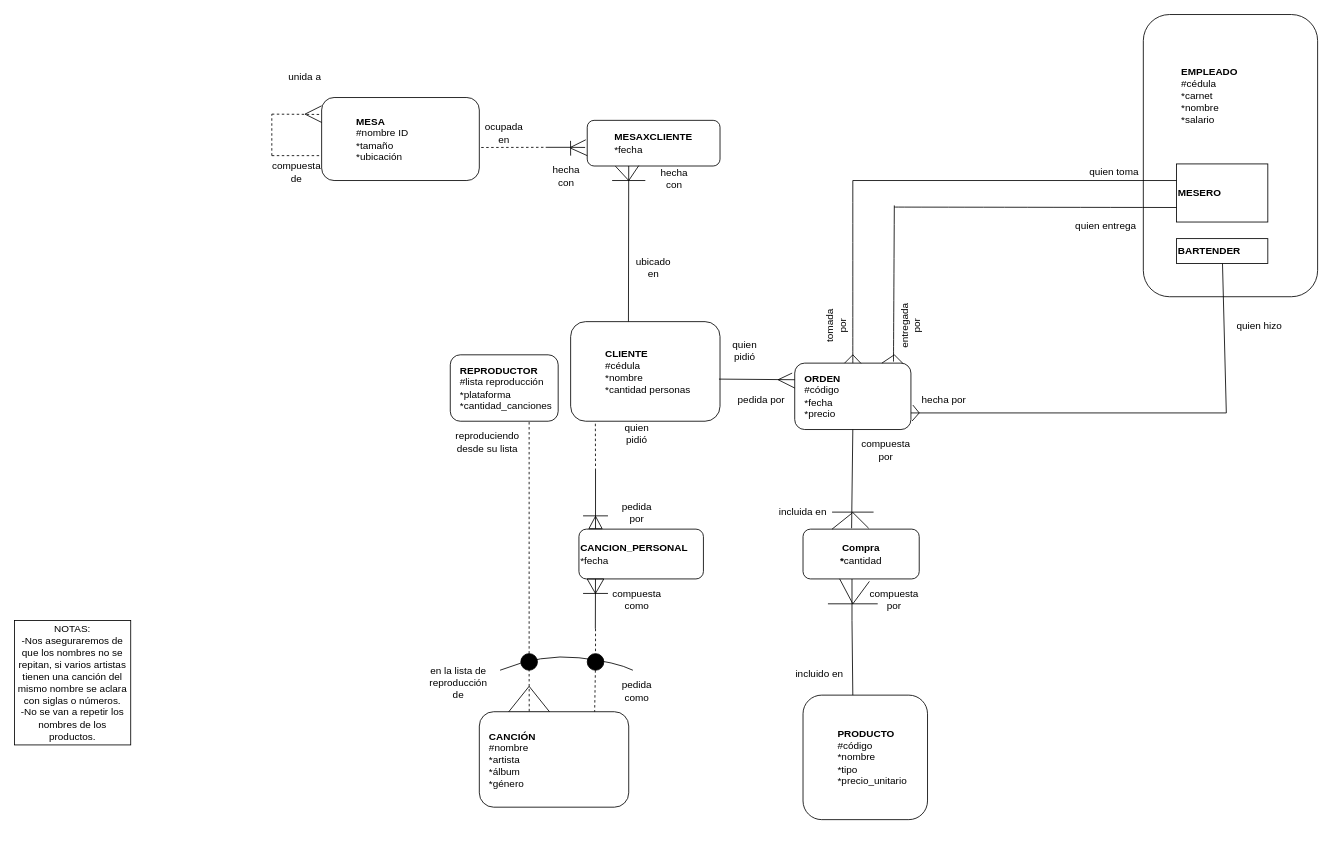
M1moreno/EntregasBD keeps this draw.io diagram as Trabajo4/ModeloER.drawio. Above is the earlier version. Source tidied: cells renumbered, new cells numbered last; positions are measured from the earlier drawing's top-left corner, leaving out a move shared by most shapes. Both pictures are drawn from the tidied source at 83%, with x=0, y=0 at pixel (14, 14). Pictures stored in the file or linked from it are replaced by grey dashed boxes.
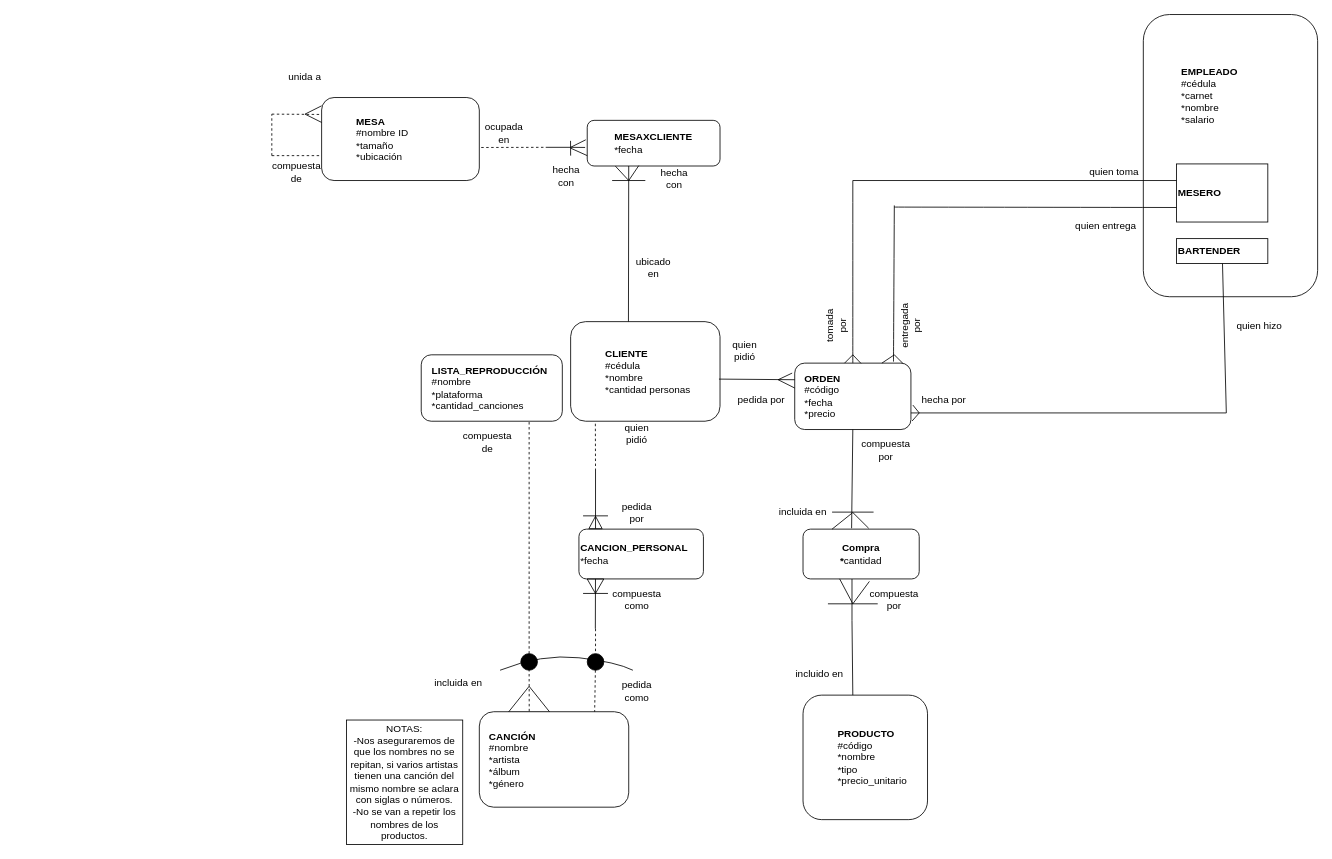
The same diagram, later.

Change to the diagram source:
```diff
@@
     <mxCell id="11" style="group;" parent="1" vertex="1">
-      <mxGeometry x="525" y="410" width="130" height="80" as="geometry" />
+      <mxGeometry x="490" y="410" width="170" height="80" as="geometry" />
     </mxCell>
     <mxCell id="12" style="rounded=1;whiteSpace=wrap;html=1;" parent="11" vertex="1">
-      <mxGeometry width="130" height="80" as="geometry" />
+      <mxGeometry width="170" height="80" as="geometry" />
     </mxCell>
-    <mxCell id="13" value="&lt;b&gt;REPRODUCTOR&lt;/b&gt;&lt;br&gt;#lista reproducción&lt;br&gt;*plataforma&lt;br&gt;*cantidad_canciones" style="text;html=1;strokeColor=none;fillColor=none;align=left;verticalAlign=middle;whiteSpace=wrap;rounded=0;" parent="11" vertex="1">
-      <mxGeometry x="10" y="5" width="110" height="70" as="geometry" />
+    <mxCell id="13" value="&lt;b&gt;LISTA_REPRODUCCIÓN&lt;/b&gt;&lt;br&gt;#nombre&lt;br&gt;*plataforma&lt;br&gt;*cantidad_canciones" style="text;html=1;strokeColor=none;fillColor=none;align=left;verticalAlign=middle;whiteSpace=wrap;rounded=0;" parent="11" vertex="1">
+      <mxGeometry x="10.7" y="5" width="149.3" height="70" as="geometry" />
     </mxCell>
@@
-    <mxCell id="28" value="en la lista de reproducción de" style="text;html=1;strokeColor=none;fillColor=none;align=center;verticalAlign=middle;whiteSpace=wrap;rounded=0;" parent="1" vertex="1">
+    <mxCell id="28" value="incluida en" style="text;html=1;strokeColor=none;fillColor=none;align=center;verticalAlign=middle;whiteSpace=wrap;rounded=0;" parent="1" vertex="1">
       <mxGeometry x="500" y="780" width="70" height="50" as="geometry" />
     </mxCell>
@@
-    <mxCell id="30" value="reproduciendo desde su lista" style="text;html=1;strokeColor=none;fillColor=none;align=center;verticalAlign=middle;whiteSpace=wrap;rounded=0;" parent="1" vertex="1">
+    <mxCell id="30" value="compuesta de" style="text;html=1;strokeColor=none;fillColor=none;align=center;verticalAlign=middle;whiteSpace=wrap;rounded=0;" parent="1" vertex="1">
       <mxGeometry x="540" y="500" width="60" height="30" as="geometry" />
     </mxCell>
@@
     <mxCell id="54" value="NOTAS:&lt;br&gt;-Nos aseguraremos de que los nombres no se repitan, si varios artistas tienen una canción del mismo nombre se aclara con siglas o números.&lt;br&gt;-No se van a repetir los nombres de los productos." style="rounded=0;whiteSpace=wrap;html=1;" parent="1" vertex="1">
-      <mxGeometry y="730" width="140" height="150" as="geometry" />
+      <mxGeometry x="400" y="850" width="140" height="150" as="geometry" />
     </mxCell>
```
